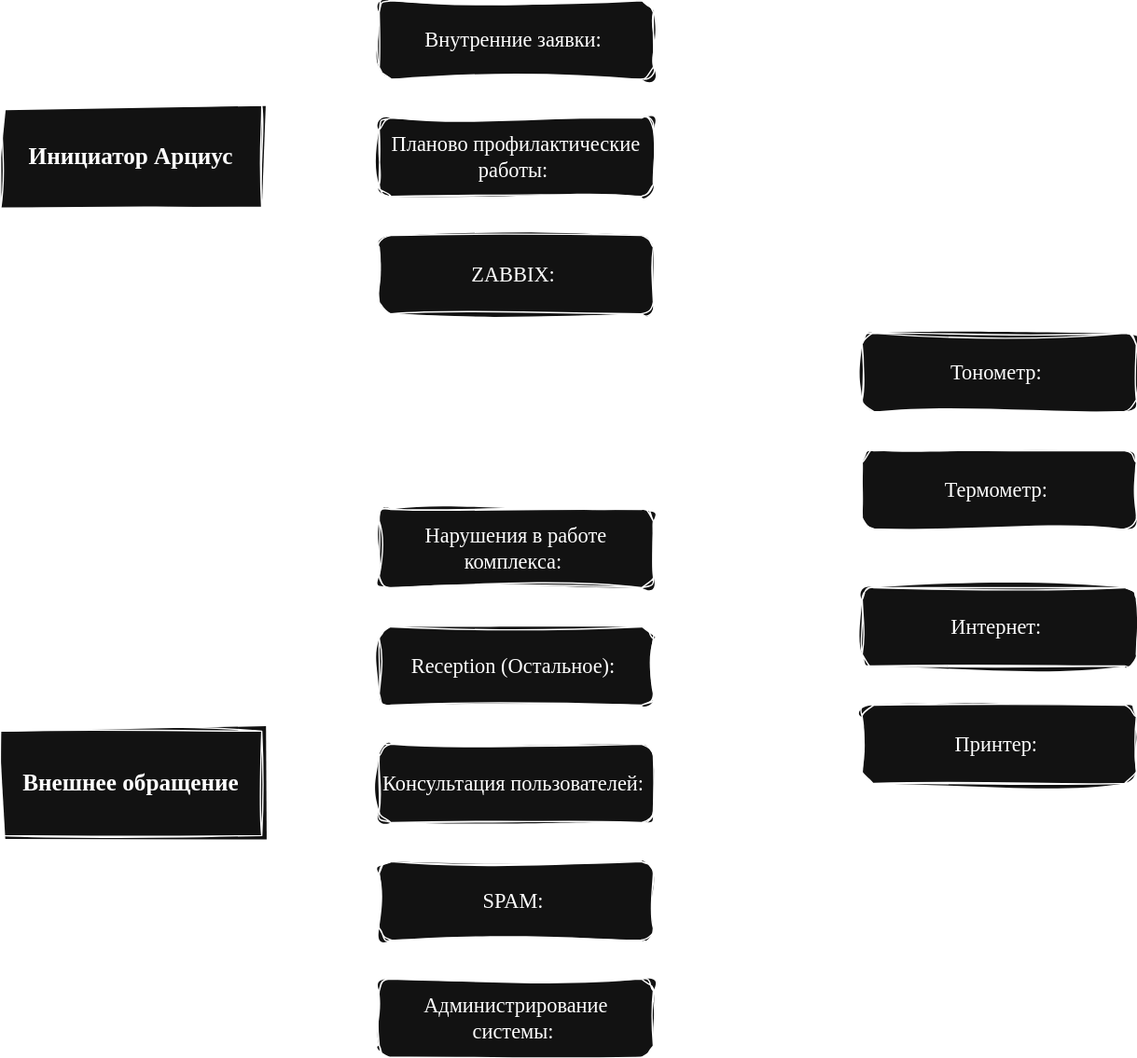
KhatsaevK/drawio keeps this draw.io diagram as test.drawio.svg. Above is the earlier version. Source tidied: cells renumbered, new cells last; positions are measured from the earlier drawing's top-left corner, leaving out a move shared by most shapes.
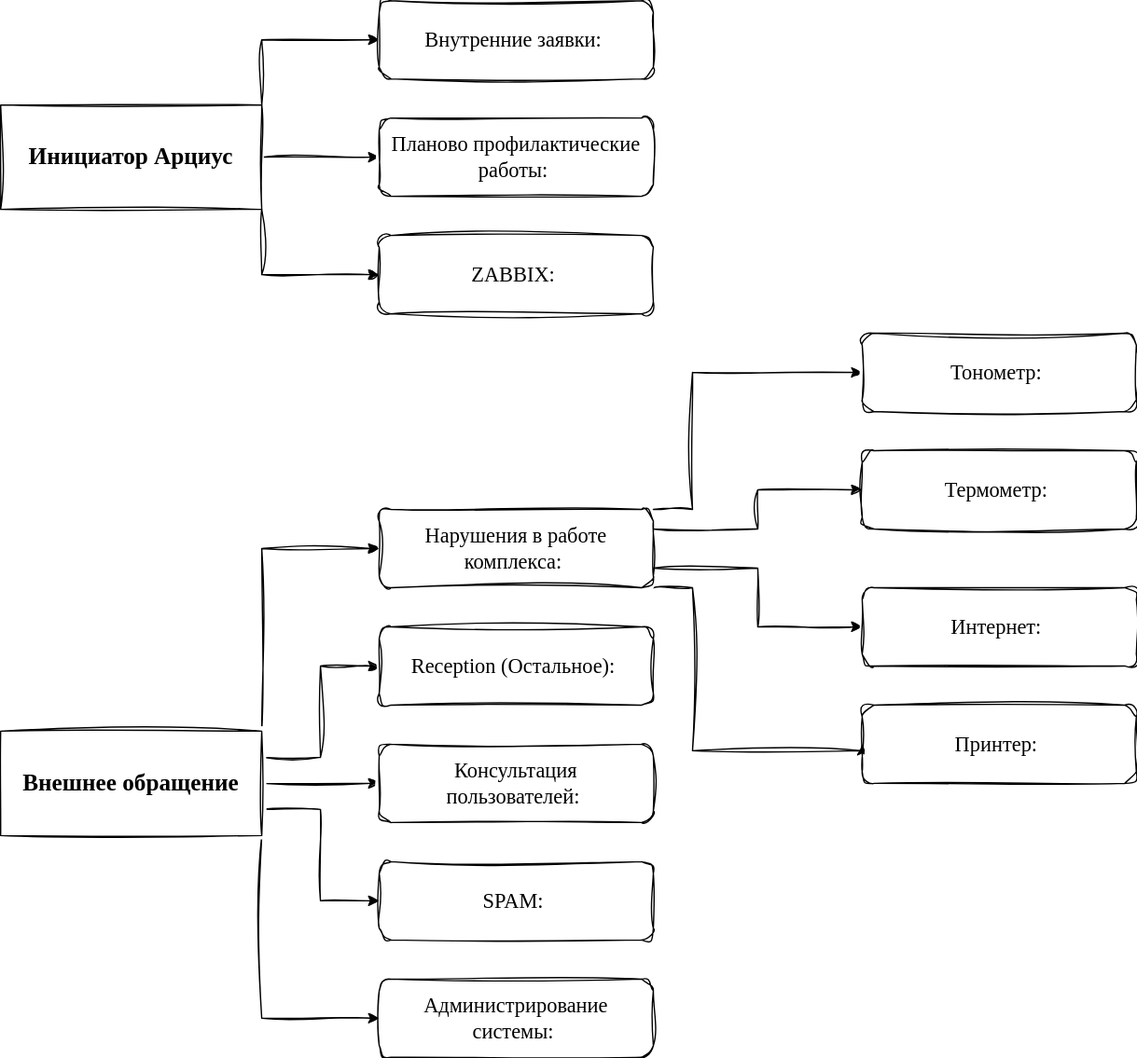
Later version of the same file.

Diff of the diagram source:
```diff
@@ -32,13 +32,13 @@
     <mxCell id="11" value="&lt;h2&gt;&lt;font face=&quot;Times New Roman&quot;&gt;Внешнее обращение&lt;/font&gt;&lt;/h2&gt;" style="rounded=0;whiteSpace=wrap;html=1;sketch=1;hachureGap=4;jiggle=2;curveFitting=1;fontFamily=Architects Daughter;fontSource=https%3A%2F%2Ffonts.googleapis.com%2Fcss%3Ffamily%3DArchitects%2BDaughter;" parent="1" vertex="1">
       <mxGeometry y="560" width="200" height="80" as="geometry" />
     </mxCell>
-    <mxCell id="12" value="&lt;font style=&quot;font-size: 16px;&quot;&gt;Внутренние заявки:&amp;nbsp;&lt;/font&gt;" style="rounded=1;whiteSpace=wrap;html=1;sketch=1;hachureGap=4;jiggle=2;curveFitting=1;fontFamily=Times New Roman;" parent="1" vertex="1">
+    <mxCell id="12" value="&lt;font&gt;Внутренние заявки:&amp;nbsp;&lt;/font&gt;" style="rounded=1;html=1;sketch=1;hachureGap=4;jiggle=2;curveFitting=1;fontFamily=Times New Roman;fontColor=default;labelPosition=center;verticalLabelPosition=middle;align=center;verticalAlign=middle;fontSize=16;horizontal=1;textDirection=ltr;labelBorderColor=none;textShadow=0;whiteSpace=wrap;spacingTop=0;spacing=6;spacingLeft=0;" parent="1" vertex="1">
       <mxGeometry x="290" width="210" height="60" as="geometry" />
     </mxCell>
-    <mxCell id="13" value="&lt;font style=&quot;font-size: 16px;&quot;&gt;Планово профилактические работы:&amp;nbsp;&lt;/font&gt;" style="rounded=1;whiteSpace=wrap;html=1;sketch=1;hachureGap=4;jiggle=2;curveFitting=1;fontFamily=Times New Roman;" parent="1" vertex="1">
+    <mxCell id="13" value="&lt;font&gt;Планово профилактические работы:&amp;nbsp;&lt;/font&gt;" style="rounded=1;html=1;sketch=1;hachureGap=4;jiggle=2;curveFitting=1;fontFamily=Times New Roman;fontColor=default;labelPosition=center;verticalLabelPosition=middle;align=center;verticalAlign=middle;fontSize=16;horizontal=1;textDirection=ltr;labelBorderColor=none;textShadow=0;whiteSpace=wrap;spacingTop=0;spacing=6;spacingLeft=0;" parent="1" vertex="1">
       <mxGeometry x="290" y="90" width="210" height="60" as="geometry" />
     </mxCell>
-    <mxCell id="14" value="&lt;font style=&quot;font-size: 16px;&quot;&gt;ZABBIX:&amp;nbsp;&lt;/font&gt;" style="rounded=1;whiteSpace=wrap;html=1;sketch=1;hachureGap=4;jiggle=2;curveFitting=1;fontFamily=Times New Roman;" parent="1" vertex="1">
+    <mxCell id="14" value="&lt;font&gt;ZABBIX:&amp;nbsp;&lt;/font&gt;" style="rounded=1;html=1;sketch=1;hachureGap=4;jiggle=2;curveFitting=1;fontFamily=Times New Roman;fontColor=default;labelPosition=center;verticalLabelPosition=middle;align=center;verticalAlign=middle;fontSize=16;horizontal=1;textDirection=ltr;labelBorderColor=none;textShadow=0;whiteSpace=wrap;spacingTop=0;spacing=6;spacingLeft=0;" parent="1" vertex="1">
       <mxGeometry x="290" y="180" width="210" height="60" as="geometry" />
     </mxCell>
     <mxCell id="15" style="edgeStyle=orthogonalEdgeStyle;rounded=0;sketch=1;hachureGap=4;jiggle=2;curveFitting=1;jettySize=auto;html=1;exitX=1;exitY=0;exitDx=0;exitDy=0;entryX=0;entryY=0.5;entryDx=0;entryDy=0;fontFamily=Architects Daughter;fontSource=https%3A%2F%2Ffonts.googleapis.com%2Fcss%3Ffamily%3DArchitects%2BDaughter;" parent="1" edge="1" source="19" target="24">
@@ -64,31 +64,31 @@
     <mxCell id="18" style="edgeStyle=orthogonalEdgeStyle;rounded=0;sketch=1;hachureGap=4;jiggle=2;curveFitting=1;jettySize=auto;html=1;exitX=1;exitY=0.75;exitDx=0;exitDy=0;entryX=0;entryY=0.5;entryDx=0;entryDy=0;fontFamily=Architects Daughter;fontSource=https%3A%2F%2Ffonts.googleapis.com%2Fcss%3Ffamily%3DArchitects%2BDaughter;" parent="1" edge="1" source="19" target="26">
       <mxGeometry relative="1" as="geometry" />
     </mxCell>
-    <mxCell id="19" value="&lt;font style=&quot;font-size: 16px;&quot;&gt;Нарушения в работе комплекса:&amp;nbsp;&lt;/font&gt;" style="rounded=1;whiteSpace=wrap;html=1;sketch=1;hachureGap=4;jiggle=2;curveFitting=1;fontFamily=Times New Roman;" parent="1" vertex="1">
+    <mxCell id="19" value="&lt;font&gt;Нарушения в работе комплекса:&amp;nbsp;&lt;/font&gt;" style="rounded=1;html=1;sketch=1;hachureGap=4;jiggle=2;curveFitting=1;fontFamily=Times New Roman;fontColor=default;labelPosition=center;verticalLabelPosition=middle;align=center;verticalAlign=middle;fontSize=16;horizontal=1;textDirection=ltr;labelBorderColor=none;textShadow=0;whiteSpace=wrap;spacingTop=0;spacing=6;spacingLeft=0;" parent="1" vertex="1">
       <mxGeometry x="290" y="390" width="210" height="60" as="geometry" />
     </mxCell>
-    <mxCell id="20" value="&lt;font style=&quot;font-size: 16px;&quot;&gt;Reception (Остальное):&amp;nbsp;&lt;/font&gt;" style="rounded=1;whiteSpace=wrap;html=1;sketch=1;hachureGap=4;jiggle=2;curveFitting=1;fontFamily=Times New Roman;" parent="1" vertex="1">
+    <mxCell id="20" value="&lt;font&gt;Reception (Остальное):&amp;nbsp;&lt;/font&gt;" style="rounded=1;html=1;sketch=1;hachureGap=4;jiggle=2;curveFitting=1;fontFamily=Times New Roman;fontColor=default;labelPosition=center;verticalLabelPosition=middle;align=center;verticalAlign=middle;fontSize=16;horizontal=1;textDirection=ltr;labelBorderColor=none;textShadow=0;whiteSpace=wrap;spacingTop=0;spacing=6;spacingLeft=0;" parent="1" vertex="1">
       <mxGeometry x="290" y="480" width="210" height="60" as="geometry" />
     </mxCell>
-    <mxCell id="21" value="&lt;font style=&quot;font-size: 16px;&quot;&gt;Консультация пользователей:&amp;nbsp;&lt;/font&gt;" style="rounded=1;whiteSpace=wrap;html=1;sketch=1;hachureGap=4;jiggle=2;curveFitting=1;fontFamily=Times New Roman;" parent="1" vertex="1">
+    <mxCell id="21" value="&lt;font&gt;Консультация пользователей:&amp;nbsp;&lt;/font&gt;" style="rounded=1;html=1;sketch=1;hachureGap=4;jiggle=2;curveFitting=1;fontFamily=Times New Roman;fontColor=default;labelPosition=center;verticalLabelPosition=middle;align=center;verticalAlign=middle;fontSize=16;horizontal=1;textDirection=ltr;labelBorderColor=none;textShadow=0;whiteSpace=wrap;spacingTop=0;spacing=6;spacingLeft=0;" parent="1" vertex="1">
       <mxGeometry x="290" y="570" width="210" height="60" as="geometry" />
     </mxCell>
-    <mxCell id="22" value="&lt;font style=&quot;font-size: 16px;&quot;&gt;SPAM:&amp;nbsp;&lt;/font&gt;" style="rounded=1;whiteSpace=wrap;html=1;sketch=1;hachureGap=4;jiggle=2;curveFitting=1;fontFamily=Times New Roman;" parent="1" vertex="1">
+    <mxCell id="22" value="&lt;font&gt;SPAM:&amp;nbsp;&lt;/font&gt;" style="rounded=1;html=1;sketch=1;hachureGap=4;jiggle=2;curveFitting=1;fontFamily=Times New Roman;fontColor=default;labelPosition=center;verticalLabelPosition=middle;align=center;verticalAlign=middle;fontSize=16;horizontal=1;textDirection=ltr;labelBorderColor=none;textShadow=0;whiteSpace=wrap;spacingTop=0;spacing=6;spacingLeft=0;" parent="1" vertex="1">
       <mxGeometry x="290" y="660" width="210" height="60" as="geometry" />
     </mxCell>
-    <mxCell id="23" value="&lt;font style=&quot;font-size: 16px;&quot;&gt;Администрирование системы:&amp;nbsp;&lt;/font&gt;" style="rounded=1;whiteSpace=wrap;html=1;sketch=1;hachureGap=4;jiggle=2;curveFitting=1;fontFamily=Times New Roman;" parent="1" vertex="1">
+    <mxCell id="23" value="&lt;font&gt;Администрирование системы:&amp;nbsp;&lt;/font&gt;" style="rounded=1;html=1;sketch=1;hachureGap=4;jiggle=2;curveFitting=1;fontFamily=Times New Roman;fontColor=default;labelPosition=center;verticalLabelPosition=middle;align=center;verticalAlign=middle;fontSize=16;horizontal=1;textDirection=ltr;labelBorderColor=none;textShadow=0;whiteSpace=wrap;spacingTop=0;spacing=6;spacingLeft=0;" parent="1" vertex="1">
       <mxGeometry x="290" y="750" width="210" height="60" as="geometry" />
     </mxCell>
-    <mxCell id="24" value="&lt;font style=&quot;font-size: 16px;&quot;&gt;Тонометр:&amp;nbsp;&lt;/font&gt;" style="rounded=1;whiteSpace=wrap;html=1;sketch=1;hachureGap=4;jiggle=2;curveFitting=1;fontFamily=Times New Roman;" parent="1" vertex="1">
+    <mxCell id="24" value="&lt;font&gt;Тонометр:&amp;nbsp;&lt;/font&gt;" style="rounded=1;html=1;sketch=1;hachureGap=4;jiggle=2;curveFitting=1;fontFamily=Times New Roman;fontColor=default;labelPosition=center;verticalLabelPosition=middle;align=center;verticalAlign=middle;fontSize=16;horizontal=1;textDirection=ltr;labelBorderColor=none;textShadow=0;whiteSpace=wrap;spacingTop=0;spacing=6;spacingLeft=0;" parent="1" vertex="1">
       <mxGeometry x="660" y="255" width="210" height="60" as="geometry" />
     </mxCell>
-    <mxCell id="25" value="&lt;font style=&quot;font-size: 16px;&quot;&gt;Термометр:&amp;nbsp;&lt;/font&gt;" style="rounded=1;whiteSpace=wrap;html=1;sketch=1;hachureGap=4;jiggle=2;curveFitting=1;fontFamily=Times New Roman;" parent="1" vertex="1">
+    <mxCell id="25" value="&lt;font&gt;Термометр:&amp;nbsp;&lt;/font&gt;" style="rounded=1;html=1;sketch=1;hachureGap=4;jiggle=2;curveFitting=1;fontFamily=Times New Roman;fontColor=default;labelPosition=center;verticalLabelPosition=middle;align=center;verticalAlign=middle;fontSize=16;horizontal=1;textDirection=ltr;labelBorderColor=none;textShadow=0;whiteSpace=wrap;spacingTop=0;spacing=6;spacingLeft=0;" parent="1" vertex="1">
       <mxGeometry x="660" y="345" width="210" height="60" as="geometry" />
     </mxCell>
-    <mxCell id="26" value="&lt;font style=&quot;font-size: 16px;&quot;&gt;Интернет:&amp;nbsp;&lt;/font&gt;" style="rounded=1;whiteSpace=wrap;html=1;sketch=1;hachureGap=4;jiggle=2;curveFitting=1;fontFamily=Times New Roman;" parent="1" vertex="1">
+    <mxCell id="26" value="&lt;font&gt;Интернет:&amp;nbsp;&lt;/font&gt;" style="rounded=1;html=1;sketch=1;hachureGap=4;jiggle=2;curveFitting=1;fontFamily=Times New Roman;fontColor=default;labelPosition=center;verticalLabelPosition=middle;align=center;verticalAlign=middle;fontSize=16;horizontal=1;textDirection=ltr;labelBorderColor=none;textShadow=0;whiteSpace=wrap;spacingTop=0;spacing=6;spacingLeft=0;" parent="1" vertex="1">
       <mxGeometry x="660" y="450" width="210" height="60" as="geometry" />
     </mxCell>
-    <mxCell id="27" value="&lt;font style=&quot;font-size: 16px;&quot;&gt;Принтер:&amp;nbsp;&lt;/font&gt;" style="rounded=1;whiteSpace=wrap;html=1;sketch=1;hachureGap=4;jiggle=2;curveFitting=1;fontFamily=Times New Roman;" parent="1" vertex="1">
+    <mxCell id="27" value="&lt;font&gt;Принтер:&amp;nbsp;&lt;/font&gt;" style="rounded=1;html=1;sketch=1;hachureGap=4;jiggle=2;curveFitting=1;fontFamily=Times New Roman;fontColor=default;labelPosition=center;verticalLabelPosition=middle;align=center;verticalAlign=middle;fontSize=16;horizontal=1;textDirection=ltr;labelBorderColor=none;textShadow=0;whiteSpace=wrap;spacingTop=0;spacing=6;spacingLeft=0;" parent="1" vertex="1">
       <mxGeometry x="660" y="540" width="210" height="60" as="geometry" />
     </mxCell>
   </root>
```
